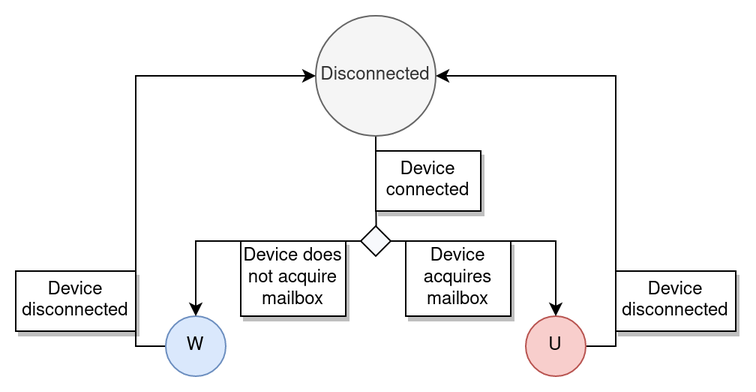
noodlecollie/v2mp keeps this draw.io diagram as docs/img/device-port-connected-state-diagram.png. Above is the earlier version. Source tidied: cells renumbered, new cells last; positions are measured from the earlier drawing's top-left corner, leaving out a move shared by most shapes.
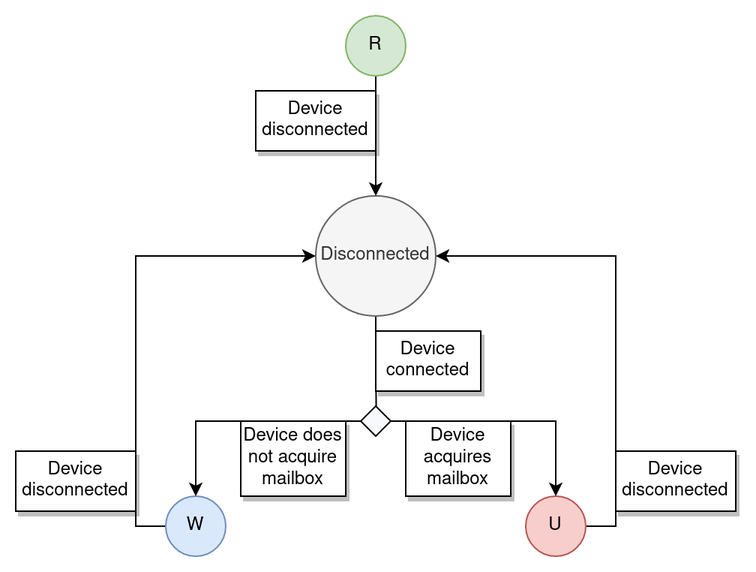
Above is the later version.

Commit message:
Clarified connected diagram slightly

Diff of the diagram source:
```diff
@@ -46,5 +46,14 @@
     <mxCell id="15" value="Device disconnected" style="rounded=0;whiteSpace=wrap;html=1;shadow=1;" parent="1" vertex="1">
       <mxGeometry x="400" y="170" width="80" height="40" as="geometry" />
     </mxCell>
+    <mxCell id="16" style="edgeStyle=orthogonalEdgeStyle;rounded=0;jettySize=auto;html=1;exitX=0.5;exitY=1;exitDx=0;exitDy=0;entryX=0.5;entryY=0;entryDx=0;entryDy=0;endArrow=classic;endFill=1;" parent="1" edge="1" source="17" target="3">
+      <mxGeometry relative="1" as="geometry" />
+    </mxCell>
+    <mxCell id="17" value="R" style="ellipse;whiteSpace=wrap;html=1;fillColor=#d5e8d4;strokeColor=#82b366;" parent="1" vertex="1">
+      <mxGeometry x="220" y="-120" width="40" height="40" as="geometry" />
+    </mxCell>
+    <mxCell id="18" value="Device disconnected" style="rounded=0;whiteSpace=wrap;html=1;shadow=1;" parent="1" vertex="1">
+      <mxGeometry x="160" y="-70" width="80" height="40" as="geometry" />
+    </mxCell>
   </root>
 </mxGraphModel>
```
